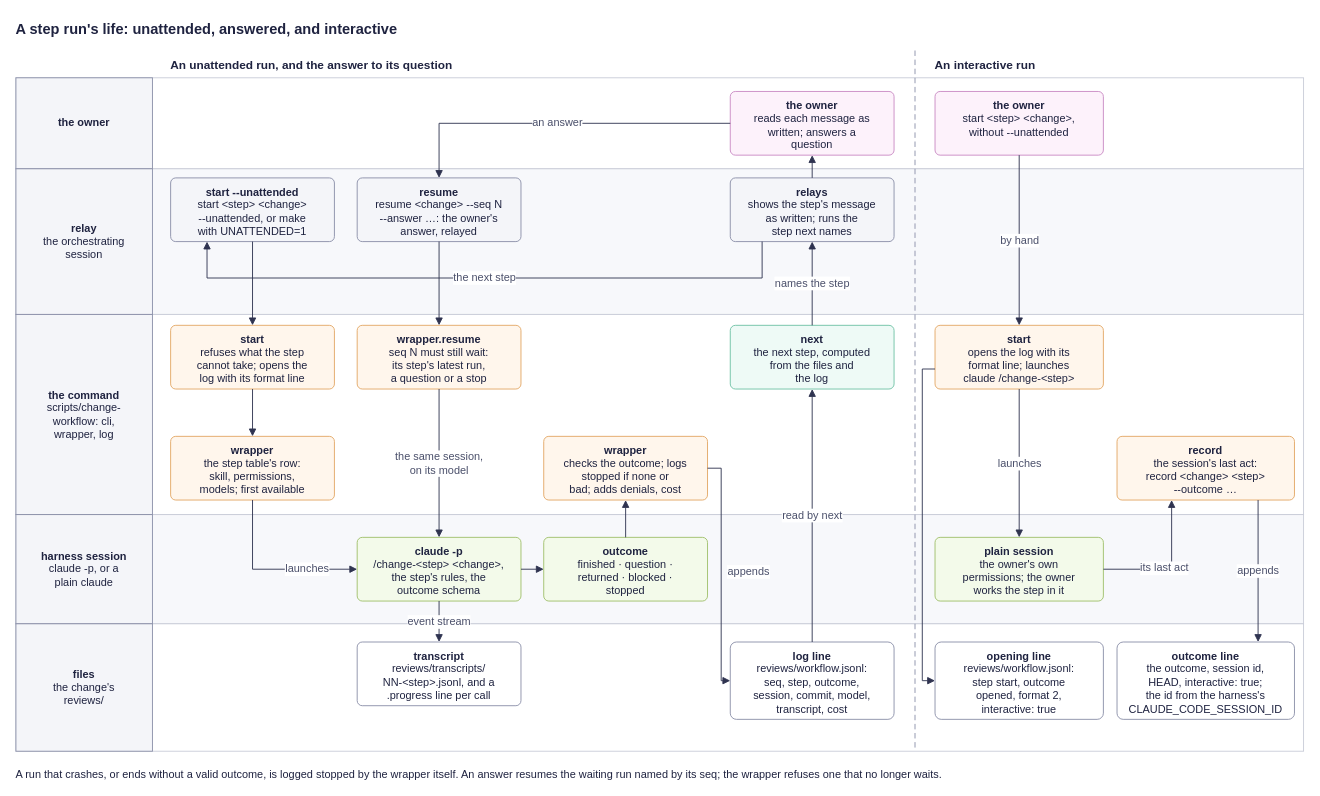
Before: openspec/specs/change-workflow/diagrams/change-workflow-step-run.drawio in arkhai-io/simple-compute-market, a draw.io diagram. Source tidied: cells renumbered, new cells numbered last; positions are measured from the earlier drawing's top-left corner, leaving out a move shared by most shapes. Both pictures are drawn from the tidied source at 91%, with x=0, y=0 at pixel (15, 15).
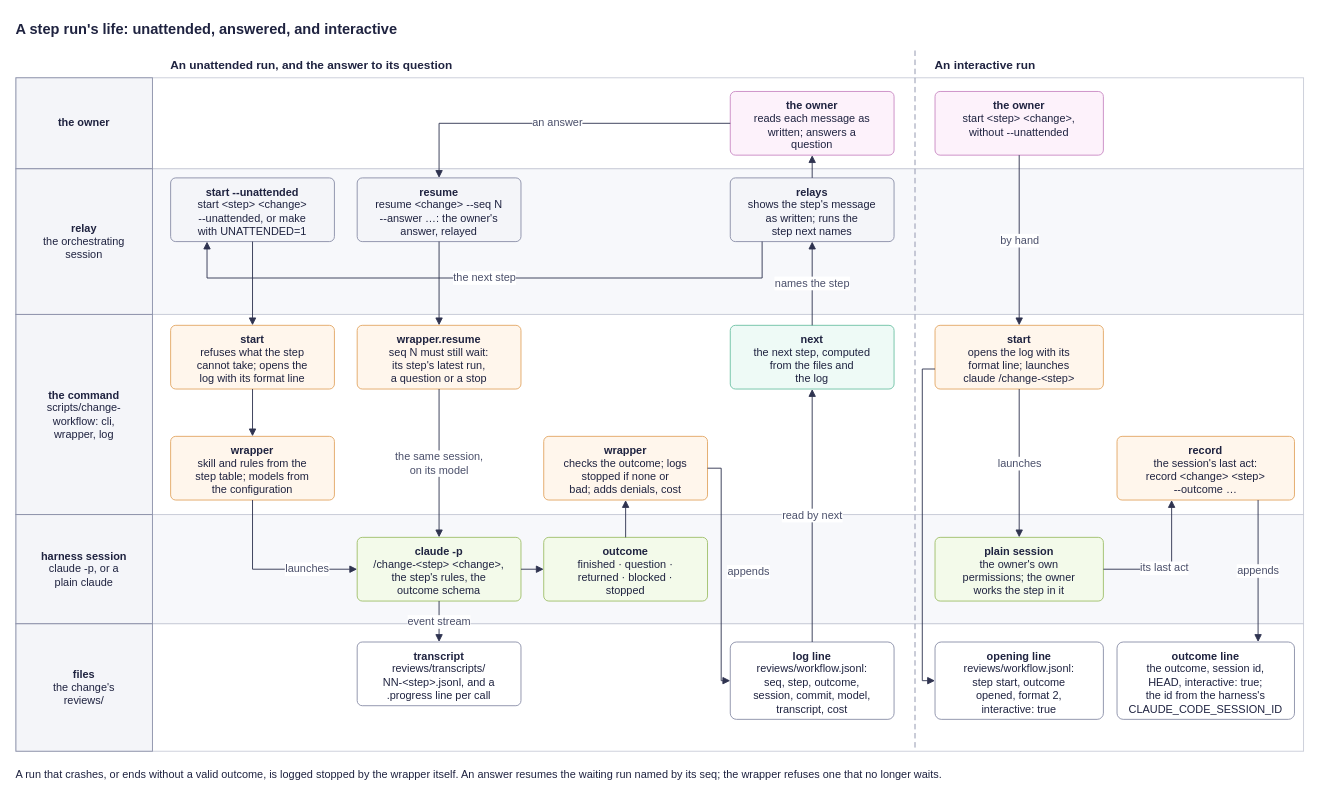
Above is the later version.

What changed in the source:
```diff
@@
-    <mxCell id="21" value="&lt;b&gt;wrapper&lt;/b&gt;&lt;br&gt;the step table's row:&lt;br&gt;skill, permissions,&lt;br&gt;models; first available" style="rounded=1;arcSize=8;whiteSpace=wrap;html=1;verticalAlign=top;spacingTop=2;fontSize=12;fontColor=#1f2340;fillColor=#fff6ec;strokeColor=#e3a765;" parent="1" vertex="1">
+    <mxCell id="21" value="&lt;b&gt;wrapper&lt;/b&gt;&lt;br&gt;skill and rules from the&lt;br&gt;step table; models from&lt;br&gt;the configuration" style="rounded=1;arcSize=8;whiteSpace=wrap;html=1;verticalAlign=top;spacingTop=2;fontSize=12;fontColor=#1f2340;fillColor=#fff6ec;strokeColor=#e3a765;" parent="1" vertex="1">
       <mxGeometry x="170" y="462" width="180" height="70" as="geometry" />
     </mxCell>
```
